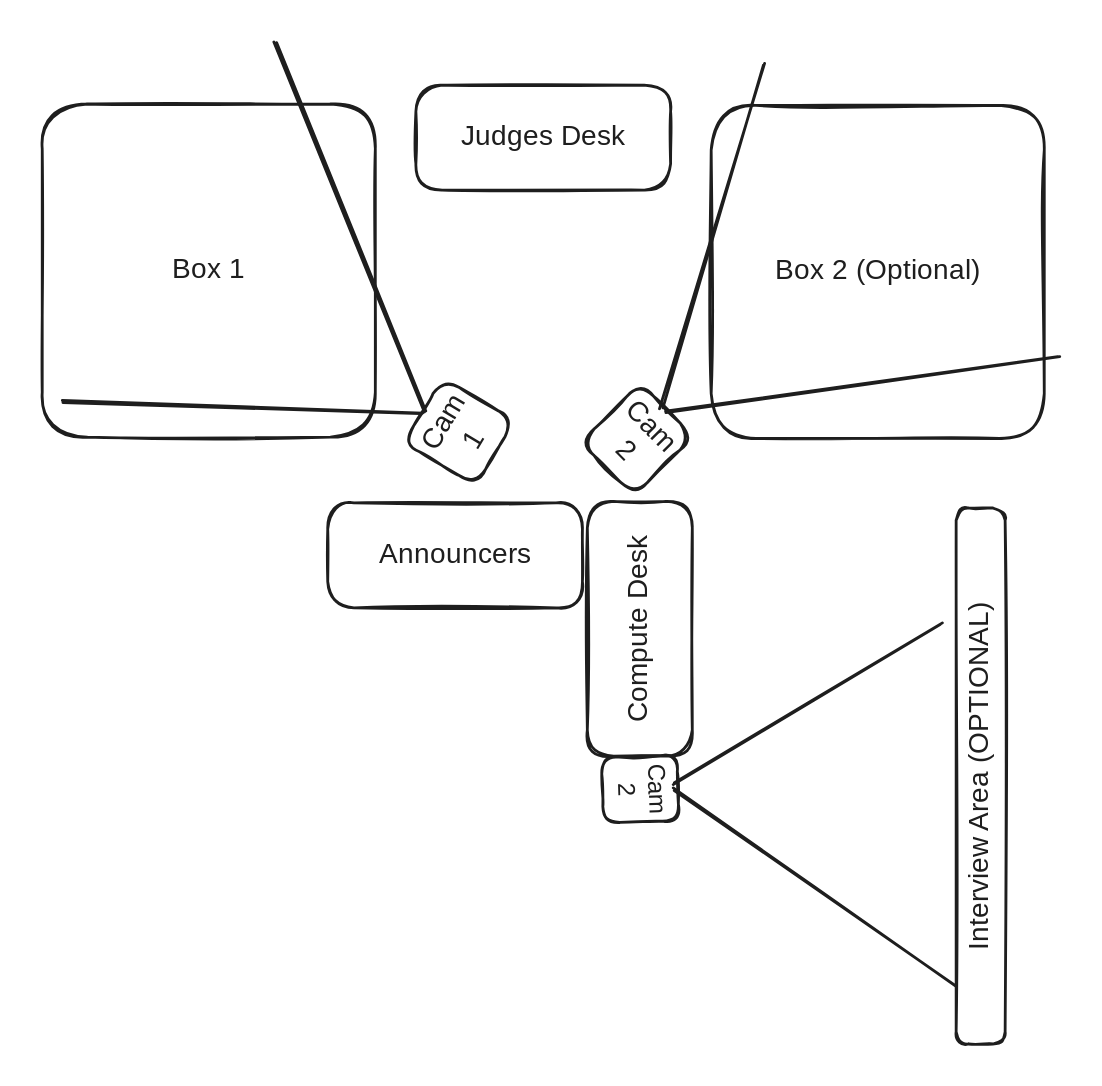
Comet-Robotics/gitbook-content keeps this Excalidraw diagram as running-combat-events/.gitbook/assets/file.excalidraw.svg. Above is the earlier version. Source tidied: one line per element, renumbered; positions are measured from the earlier drawing's top-left corner, leaving out a move shared by most shapes. The source it was exported from:
```json
{"id": 0, "type": "rectangle", "strokeColor": "#1e1e1e", "strokeWidth": 2, "roughness": 1, "round": true, "x": 478, "y": 26, "width": 238, "height": 238}
{"id": 1, "type": "text", "text": "Box 2 (Optional)", "strokeColor": "#1e1e1e", "strokeWidth": 2, "roughness": 1, "fontSize": 20, "fontFamily": 1, "textAlign": "center", "verticalAlign": "middle", "inside": 0, "x": 514, "y": 133, "width": 165, "height": 25}
{"id": 2, "type": "rectangle", "strokeColor": "#1e1e1e", "strokeWidth": 2, "roughness": 1, "round": true, "x": 204, "y": 310, "width": 182, "height": 75}
{"id": 3, "type": "text", "text": "Announcers", "strokeColor": "#1e1e1e", "strokeWidth": 2, "roughness": 1, "fontSize": 20, "fontFamily": 1, "textAlign": "center", "verticalAlign": "middle", "inside": 2, "x": 243, "y": 335, "width": 104, "height": 25}
{"id": 4, "type": "rectangle", "strokeColor": "#1e1e1e", "angle": 4.71, "strokeWidth": 2, "roughness": 1, "round": true, "x": 336, "y": 363, "width": 182, "height": 75}
{"id": 5, "type": "text", "text": "Compute Desk", "strokeColor": "#1e1e1e", "angle": 4.71, "strokeWidth": 2, "roughness": 1, "fontSize": 20, "fontFamily": 1, "textAlign": "center", "verticalAlign": "middle", "inside": 4, "x": 358, "y": 388, "width": 137, "height": 25}
{"id": 6, "type": "rectangle", "strokeColor": "#1e1e1e", "strokeWidth": 2, "roughness": 1, "round": true, "x": 0, "y": 25, "width": 238, "height": 238}
{"id": 7, "type": "text", "text": "Box 1", "strokeColor": "#1e1e1e", "strokeWidth": 2, "roughness": 1, "fontSize": 20, "fontFamily": 1, "textAlign": "center", "verticalAlign": "middle", "inside": 6, "x": 93, "y": 132, "width": 52, "height": 25}
{"id": 8, "type": "rectangle", "strokeColor": "#1e1e1e", "strokeWidth": 2, "roughness": 1, "round": true, "x": 267, "y": 12, "width": 182, "height": 75}
{"id": 9, "type": "text", "text": "Judges Desk", "strokeColor": "#1e1e1e", "strokeWidth": 2, "roughness": 1, "fontSize": 20, "fontFamily": 1, "textAlign": "center", "verticalAlign": "middle", "inside": 8, "x": 296, "y": 37, "width": 124, "height": 25}
{"id": 10, "type": "rectangle", "strokeColor": "#1e1e1e", "angle": 5.25, "strokeWidth": 2, "roughness": 1, "round": true, "x": 271, "y": 229, "width": 54, "height": 60}
{"id": 11, "type": "text", "text": "Cam\n1", "strokeColor": "#1e1e1e", "angle": 5.25, "strokeWidth": 2, "roughness": 1, "fontSize": 20, "fontFamily": 1, "textAlign": "center", "verticalAlign": "middle", "inside": 10, "x": 279, "y": 234, "width": 39, "height": 50}
{"id": 12, "type": "line", "strokeColor": "#1e1e1e", "angle": 5.25, "strokeWidth": 2, "roughness": 1, "round": true, "x": 205, "y": 354, "width": 124, "height": 225, "points": [[0, 0], [-124, -225]]}
{"id": 13, "type": "line", "strokeColor": "#1e1e1e", "angle": 5.25, "strokeWidth": 2, "roughness": 1, "round": true, "x": 134, "y": 226, "width": 171, "height": 226, "points": [[0, 0], [171, -226]]}
{"id": 14, "type": "rectangle", "strokeColor": "#1e1e1e", "angle": 7.07, "strokeWidth": 2, "roughness": 1, "round": true, "x": 398, "y": 235, "width": 54, "height": 60}
{"id": 15, "type": "text", "text": "Cam\n2", "strokeColor": "#1e1e1e", "angle": 7.07, "strokeWidth": 2, "roughness": 1, "fontSize": 20, "fontFamily": 1, "textAlign": "center", "verticalAlign": "middle", "inside": 14, "x": 406, "y": 240, "width": 39, "height": 50}
{"id": 16, "type": "line", "strokeColor": "#1e1e1e", "angle": 7.07, "strokeWidth": 2, "roughness": 1, "round": true, "x": 541, "y": 232, "width": 124, "height": 225, "points": [[0, 0], [-124, -225]]}
{"id": 17, "type": "line", "strokeColor": "#1e1e1e", "angle": 7.07, "strokeWidth": 2, "roughness": 1, "round": true, "x": 500, "y": 338, "width": 171, "height": 226, "points": [[0, 0], [171, -226]]}
{"id": 18, "type": "rectangle", "strokeColor": "#1e1e1e", "angle": 1.54, "strokeWidth": 2, "roughness": 1, "round": true, "x": 404, "y": 488, "width": 47, "height": 54}
{"id": 19, "type": "text", "text": "Cam\n2", "strokeColor": "#1e1e1e", "angle": 1.54, "strokeWidth": 2, "roughness": 1, "fontSize": 17.31, "fontFamily": 1, "textAlign": "center", "verticalAlign": "middle", "inside": 18, "x": 410, "y": 493, "width": 34, "height": 43}
{"id": 20, "type": "line", "strokeColor": "#1e1e1e", "angle": 1.54, "strokeWidth": 2, "roughness": 1, "round": true, "x": 600, "y": 552, "width": 107, "height": 195, "points": [[0, 0], [-107, -195]]}
{"id": 21, "type": "line", "strokeColor": "#1e1e1e", "angle": 1.54, "strokeWidth": 2, "roughness": 1, "round": true, "x": 478, "y": 683, "width": 148, "height": 196, "points": [[0, 0], [148, -196]]}
{"id": 22, "type": "rectangle", "strokeColor": "#1e1e1e", "angle": 4.71, "strokeWidth": 2, "roughness": 1, "round": true, "x": 479, "y": 488, "width": 383, "height": 35}
{"id": 23, "type": "text", "text": "Interview Area (OPTIONAL)", "strokeColor": "#1e1e1e", "angle": 4.71, "strokeWidth": 2, "roughness": 1, "fontSize": 20, "fontFamily": 1, "textAlign": "center", "verticalAlign": "middle", "inside": 22, "x": 532, "y": 493, "width": 277, "height": 25}
```
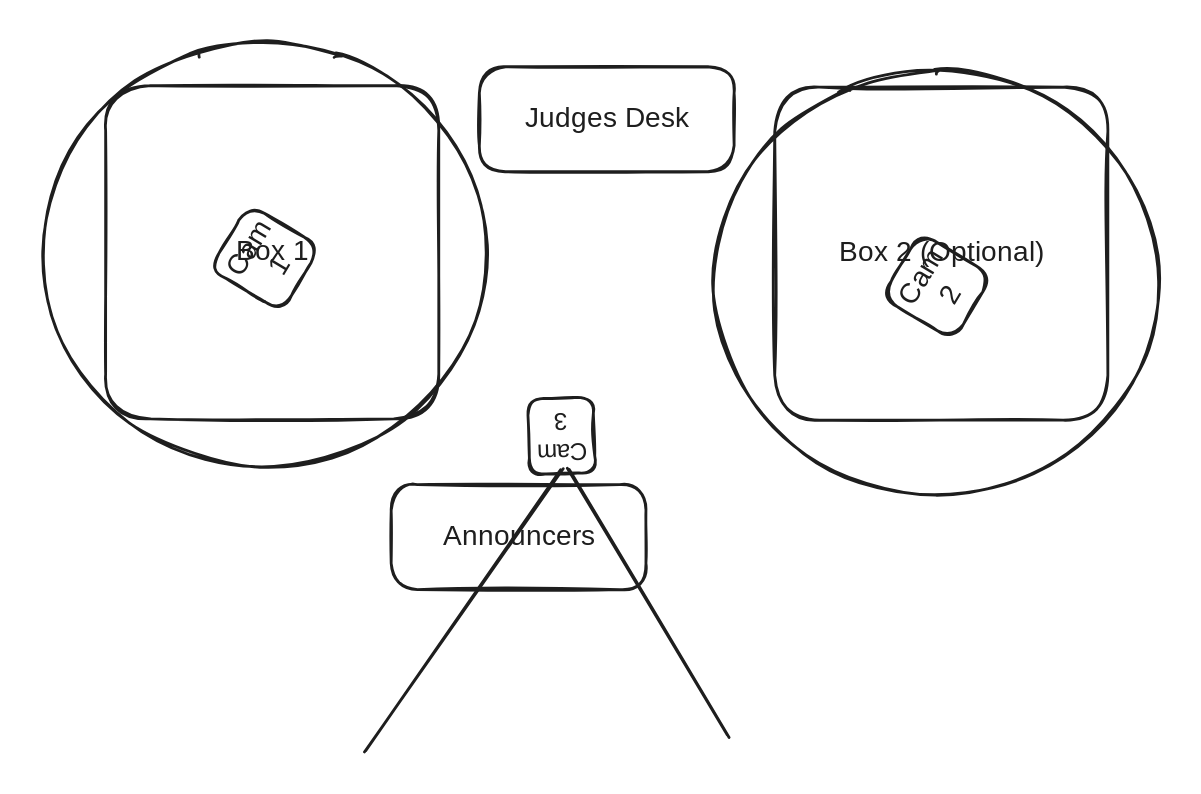
After the commit.

Commit message:
GITBOOK-10: No subject

The edit, as a diff of the source:
```diff
@@ -2,23 +2,17 @@
 {"id": 1, "type": "text", "text": "Box 2 (Optional)", "strokeColor": "#1e1e1e", "strokeWidth": 2, "roughness": 1, "fontSize": 20, "fontFamily": 1, "textAlign": "center", "verticalAlign": "middle", "inside": 0, "x": 514, "y": 133, "width": 165, "height": 25}
 {"id": 2, "type": "rectangle", "strokeColor": "#1e1e1e", "strokeWidth": 2, "roughness": 1, "round": true, "x": 204, "y": 310, "width": 182, "height": 75}
 {"id": 3, "type": "text", "text": "Announcers", "strokeColor": "#1e1e1e", "strokeWidth": 2, "roughness": 1, "fontSize": 20, "fontFamily": 1, "textAlign": "center", "verticalAlign": "middle", "inside": 2, "x": 243, "y": 335, "width": 104, "height": 25}
-{"id": 4, "type": "rectangle", "strokeColor": "#1e1e1e", "angle": 4.71, "strokeWidth": 2, "roughness": 1, "round": true, "x": 336, "y": 363, "width": 182, "height": 75}
-{"id": 5, "type": "text", "text": "Compute Desk", "strokeColor": "#1e1e1e", "angle": 4.71, "strokeWidth": 2, "roughness": 1, "fontSize": 20, "fontFamily": 1, "textAlign": "center", "verticalAlign": "middle", "inside": 4, "x": 358, "y": 388, "width": 137, "height": 25}
 {"id": 6, "type": "rectangle", "strokeColor": "#1e1e1e", "strokeWidth": 2, "roughness": 1, "round": true, "x": 0, "y": 25, "width": 238, "height": 238}
 {"id": 7, "type": "text", "text": "Box 1", "strokeColor": "#1e1e1e", "strokeWidth": 2, "roughness": 1, "fontSize": 20, "fontFamily": 1, "textAlign": "center", "verticalAlign": "middle", "inside": 6, "x": 93, "y": 132, "width": 52, "height": 25}
 {"id": 8, "type": "rectangle", "strokeColor": "#1e1e1e", "strokeWidth": 2, "roughness": 1, "round": true, "x": 267, "y": 12, "width": 182, "height": 75}
 {"id": 9, "type": "text", "text": "Judges Desk", "strokeColor": "#1e1e1e", "strokeWidth": 2, "roughness": 1, "fontSize": 20, "fontFamily": 1, "textAlign": "center", "verticalAlign": "middle", "inside": 8, "x": 296, "y": 37, "width": 124, "height": 25}
-{"id": 10, "type": "rectangle", "strokeColor": "#1e1e1e", "angle": 5.25, "strokeWidth": 2, "roughness": 1, "round": true, "x": 271, "y": 229, "width": 54, "height": 60}
-{"id": 11, "type": "text", "text": "Cam\n1", "strokeColor": "#1e1e1e", "angle": 5.25, "strokeWidth": 2, "roughness": 1, "fontSize": 20, "fontFamily": 1, "textAlign": "center", "verticalAlign": "middle", "inside": 10, "x": 279, "y": 234, "width": 39, "height": 50}
-{"id": 12, "type": "line", "strokeColor": "#1e1e1e", "angle": 5.25, "strokeWidth": 2, "roughness": 1, "round": true, "x": 205, "y": 354, "width": 124, "height": 225, "points": [[0, 0], [-124, -225]]}
-{"id": 13, "type": "line", "strokeColor": "#1e1e1e", "angle": 5.25, "strokeWidth": 2, "roughness": 1, "round": true, "x": 134, "y": 226, "width": 171, "height": 226, "points": [[0, 0], [171, -226]]}
-{"id": 14, "type": "rectangle", "strokeColor": "#1e1e1e", "angle": 7.07, "strokeWidth": 2, "roughness": 1, "round": true, "x": 398, "y": 235, "width": 54, "height": 60}
-{"id": 15, "type": "text", "text": "Cam\n2", "strokeColor": "#1e1e1e", "angle": 7.07, "strokeWidth": 2, "roughness": 1, "fontSize": 20, "fontFamily": 1, "textAlign": "center", "verticalAlign": "middle", "inside": 14, "x": 406, "y": 240, "width": 39, "height": 50}
-{"id": 16, "type": "line", "strokeColor": "#1e1e1e", "angle": 7.07, "strokeWidth": 2, "roughness": 1, "round": true, "x": 541, "y": 232, "width": 124, "height": 225, "points": [[0, 0], [-124, -225]]}
-{"id": 17, "type": "line", "strokeColor": "#1e1e1e", "angle": 7.07, "strokeWidth": 2, "roughness": 1, "round": true, "x": 500, "y": 338, "width": 171, "height": 226, "points": [[0, 0], [171, -226]]}
-{"id": 18, "type": "rectangle", "strokeColor": "#1e1e1e", "angle": 1.54, "strokeWidth": 2, "roughness": 1, "round": true, "x": 404, "y": 488, "width": 47, "height": 54}
+{"id": 18, "type": "rectangle", "strokeColor": "#1e1e1e", "angle": 3.11, "strokeWidth": 2, "roughness": 1, "round": true, "x": 302, "y": 248, "width": 47, "height": 54}
-{"id": 19, "type": "text", "text": "Cam\n2", "strokeColor": "#1e1e1e", "angle": 1.54, "strokeWidth": 2, "roughness": 1, "fontSize": 17.31, "fontFamily": 1, "textAlign": "center", "verticalAlign": "middle", "inside": 18, "x": 410, "y": 493, "width": 34, "height": 43}
+{"id": 19, "type": "text", "text": "Cam\n3", "strokeColor": "#1e1e1e", "angle": 3.11, "strokeWidth": 2, "roughness": 1, "fontSize": 17.31, "fontFamily": 1, "textAlign": "center", "verticalAlign": "middle", "inside": 18, "x": 309, "y": 254, "width": 34, "height": 43}
-{"id": 20, "type": "line", "strokeColor": "#1e1e1e", "angle": 1.54, "strokeWidth": 2, "roughness": 1, "round": true, "x": 600, "y": 552, "width": 107, "height": 195, "points": [[0, 0], [-107, -195]]}
+{"id": 20, "type": "line", "strokeColor": "#1e1e1e", "angle": 3.11, "strokeWidth": 2, "roughness": 1, "round": true, "x": 441, "y": 492, "width": 107, "height": 195, "points": [[0, 0], [-107, -195]]}
-{"id": 21, "type": "line", "strokeColor": "#1e1e1e", "angle": 1.54, "strokeWidth": 2, "roughness": 1, "round": true, "x": 478, "y": 683, "width": 148, "height": 196, "points": [[0, 0], [148, -196]]}
+{"id": 21, "type": "line", "strokeColor": "#1e1e1e", "angle": 3.11, "strokeWidth": 2, "roughness": 1, "round": true, "x": 182, "y": 498, "width": 148, "height": 196, "points": [[0, 0], [148, -196]]}
-{"id": 22, "type": "rectangle", "strokeColor": "#1e1e1e", "angle": 4.71, "strokeWidth": 2, "roughness": 1, "round": true, "x": 479, "y": 488, "width": 383, "height": 35}
-{"id": 23, "type": "text", "text": "Interview Area (OPTIONAL)", "strokeColor": "#1e1e1e", "angle": 4.71, "strokeWidth": 2, "roughness": 1, "fontSize": 20, "fontFamily": 1, "textAlign": "center", "verticalAlign": "middle", "inside": 22, "x": 532, "y": 493, "width": 277, "height": 25}
+{"id": 10, "type": "rectangle", "strokeColor": "#1e1e1e", "angle": 5.25, "strokeWidth": 2, "roughness": 1, "round": true, "x": 87, "y": 118, "width": 54, "height": 60}
+{"id": 11, "type": "text", "text": "Cam\n1", "strokeColor": "#1e1e1e", "angle": 5.25, "strokeWidth": 2, "roughness": 1, "fontSize": 20, "fontFamily": 1, "textAlign": "center", "verticalAlign": "middle", "inside": 10, "x": 95, "y": 123, "width": 39, "height": 50}
+{"id": 24, "type": "ellipse", "strokeColor": "#1e1e1e", "strokeWidth": 2, "roughness": 1, "round": true, "x": -45, "y": -6, "width": 318, "height": 303}
+{"id": 25, "type": "rectangle", "strokeColor": "#1e1e1e", "angle": 5.25, "strokeWidth": 2, "roughness": 1, "round": true, "x": 567, "y": 139, "width": 54, "height": 60}
+{"id": 15, "type": "text", "text": "Cam\n2", "strokeColor": "#1e1e1e", "angle": 5.25, "strokeWidth": 2, "roughness": 1, "fontSize": 20, "fontFamily": 1, "textAlign": "center", "verticalAlign": "middle", "inside": 25, "x": 575, "y": 144, "width": 39, "height": 50}
+{"id": 26, "type": "ellipse", "strokeColor": "#1e1e1e", "strokeWidth": 2, "roughness": 1, "round": true, "x": 435, "y": 15, "width": 318, "height": 303}
```
